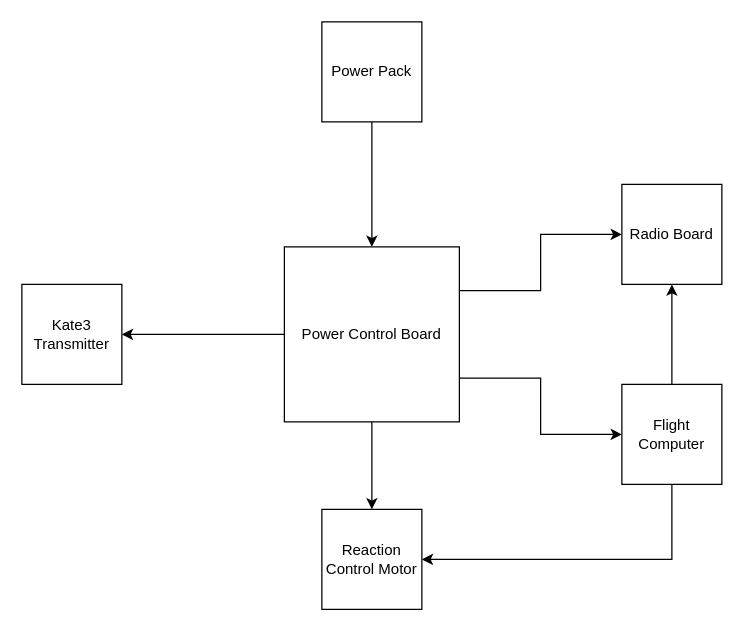
Earlier version of the draw.io diagram page "Avionics Block Diagram" (6 of 6) of Untitled Diagram.drawio (ckeer0/Personal-Projects). Source tidied: cells renumbered, new cells numbered last; positions are measured from the earlier drawing's top-left corner, leaving out a move shared by most shapes. Both pictures are drawn from the tidied source at 125%, with x=0, y=0 at pixel (21, 21).
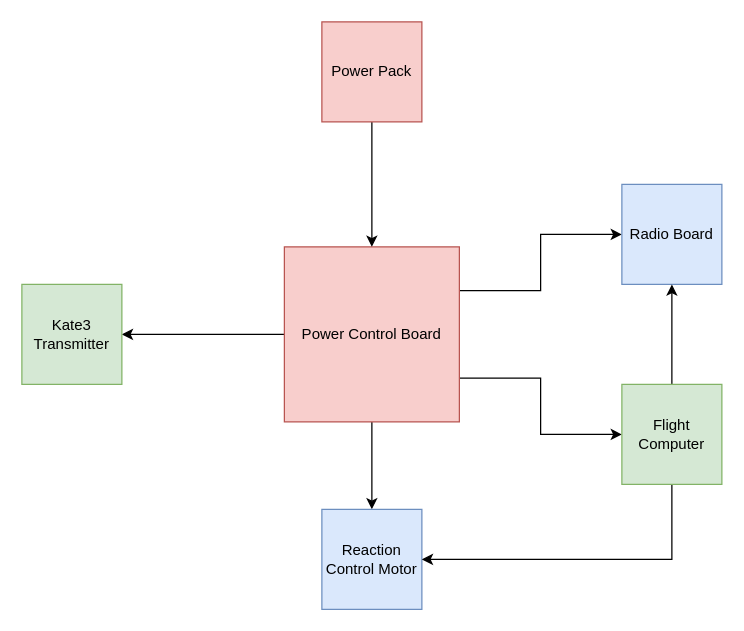
After the change.

The edit, as a diff of the source:
```diff
@@
 <mxGraphModel>
   <root>
     <mxCell id="0" />
     <mxCell id="1" parent="0" />
     <mxCell id="2" style="edgeStyle=orthogonalEdgeStyle;rounded=0;jettySize=auto;html=1;entryX=1;entryY=0.5;entryDx=0;entryDy=0;" parent="1" edge="1" source="6" target="12">
       <mxGeometry relative="1" as="geometry" />
     </mxCell>
     <mxCell id="3" style="edgeStyle=orthogonalEdgeStyle;rounded=0;jettySize=auto;html=1;entryX=0.5;entryY=0;entryDx=0;entryDy=0;" parent="1" edge="1" source="6" target="7">
       <mxGeometry relative="1" as="geometry" />
     </mxCell>
     <mxCell id="4" style="edgeStyle=orthogonalEdgeStyle;rounded=0;jettySize=auto;html=1;exitX=1;exitY=0.25;exitDx=0;exitDy=0;entryX=0;entryY=0.5;entryDx=0;entryDy=0;" parent="1" edge="1" source="6" target="8">
       <mxGeometry relative="1" as="geometry" />
     </mxCell>
     <mxCell id="5" style="edgeStyle=orthogonalEdgeStyle;rounded=0;jettySize=auto;html=1;exitX=1;exitY=0.75;exitDx=0;exitDy=0;" parent="1" edge="1" source="6" target="11">
       <mxGeometry relative="1" as="geometry" />
     </mxCell>
-    <mxCell id="6" value="Power Control Board" style="whiteSpace=wrap;html=1;" parent="1" vertex="1">
+    <mxCell id="6" value="Power Control Board" style="whiteSpace=wrap;html=1;fillColor=#f8cecc;strokeColor=#b85450;" parent="1" vertex="1">
       <mxGeometry x="210" y="180" width="140" height="140" as="geometry" />
     </mxCell>
-    <mxCell id="7" value="Reaction Control Motor" style="whiteSpace=wrap;html=1;" parent="1" vertex="1">
+    <mxCell id="7" value="Reaction Control Motor" style="whiteSpace=wrap;html=1;fillColor=#dae8fc;strokeColor=#6c8ebf;" parent="1" vertex="1">
       <mxGeometry x="240" y="390" width="80" height="80" as="geometry" />
     </mxCell>
-    <mxCell id="8" value="Radio Board" style="whiteSpace=wrap;html=1;" parent="1" vertex="1">
+    <mxCell id="8" value="Radio Board" style="whiteSpace=wrap;html=1;fillColor=#dae8fc;strokeColor=#6c8ebf;" parent="1" vertex="1">
       <mxGeometry x="480" y="130" width="80" height="80" as="geometry" />
     </mxCell>
     <mxCell id="9" style="edgeStyle=orthogonalEdgeStyle;rounded=0;jettySize=auto;html=1;exitX=0.5;exitY=0;exitDx=0;exitDy=0;entryX=0.5;entryY=1;entryDx=0;entryDy=0;" parent="1" edge="1" source="11" target="8">
       <mxGeometry relative="1" as="geometry" />
     </mxCell>
     <mxCell id="10" style="edgeStyle=orthogonalEdgeStyle;rounded=0;jettySize=auto;html=1;exitX=0.5;exitY=1;exitDx=0;exitDy=0;entryX=1;entryY=0.5;entryDx=0;entryDy=0;" parent="1" edge="1" source="11" target="7">
       <mxGeometry relative="1" as="geometry" />
     </mxCell>
-    <mxCell id="11" value="Flight Computer" style="whiteSpace=wrap;html=1;" parent="1" vertex="1">
+    <mxCell id="11" value="Flight Computer" style="whiteSpace=wrap;html=1;fillColor=#d5e8d4;strokeColor=#82b366;" parent="1" vertex="1">
       <mxGeometry x="480" y="290" width="80" height="80" as="geometry" />
     </mxCell>
-    <mxCell id="12" value="Kate3 Transmitter" style="whiteSpace=wrap;html=1;" parent="1" vertex="1">
+    <mxCell id="12" value="Kate3 Transmitter" style="whiteSpace=wrap;html=1;fillColor=#d5e8d4;strokeColor=#82b366;" parent="1" vertex="1">
       <mxGeometry y="210" width="80" height="80" as="geometry" />
     </mxCell>
     <mxCell id="13" style="edgeStyle=orthogonalEdgeStyle;rounded=0;jettySize=auto;html=1;entryX=0.5;entryY=0;entryDx=0;entryDy=0;" parent="1" edge="1" source="14" target="6">
       <mxGeometry relative="1" as="geometry" />
     </mxCell>
-    <mxCell id="14" value="Power Pack" style="whiteSpace=wrap;html=1;" parent="1" vertex="1">
+    <mxCell id="14" value="Power Pack" style="whiteSpace=wrap;html=1;fillColor=#f8cecc;strokeColor=#b85450;" parent="1" vertex="1">
       <mxGeometry x="240" width="80" height="80" as="geometry" />
     </mxCell>
   </root>
 </mxGraphModel>
```
